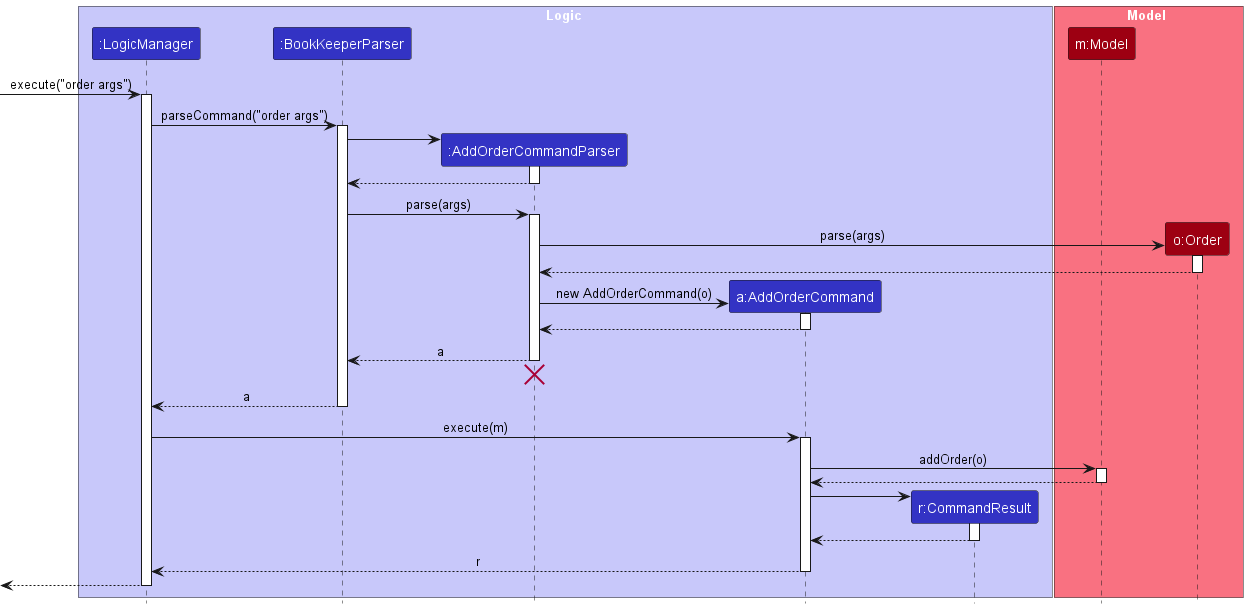
This is docs/images/AddOrderSequenceDiagram.png from rertyy/tp, a PlantUML export, as it was before one commit. Its diagram source:
```plantuml
@startuml
!include style.puml
skinparam ArrowFontStyle plain

box Logic LOGIC_COLOR_T1
participant ":LogicManager" as LogicManager LOGIC_COLOR
participant ":BookKeeperParser" as BookKeeperParser LOGIC_COLOR
participant ":AddOrderCommandParser" as AddOrderCommandParser LOGIC_COLOR
participant "a:AddOrderCommand" as AddOrderCommand LOGIC_COLOR
participant "r:CommandResult" as CommandResult LOGIC_COLOR
end box

box Model MODEL_COLOR_T1
participant "m:Model" as Model MODEL_COLOR
participant "o:Order" as Order MODEL_COLOR
end box

[-> LogicManager : execute("order args")
activate LogicManager

LogicManager -> BookKeeperParser : parseCommand("order args")
activate BookKeeperParser

create AddOrderCommandParser
BookKeeperParser -> AddOrderCommandParser
activate AddOrderCommandParser

AddOrderCommandParser --> BookKeeperParser
deactivate AddOrderCommandParser

BookKeeperParser -> AddOrderCommandParser : parse(args)
activate AddOrderCommandParser

create Order
AddOrderCommandParser -> Order : parse(args)
activate Order
Order --> AddOrderCommandParser
deactivate Order

create AddOrderCommand
AddOrderCommandParser -> AddOrderCommand : new AddOrderCommand(o)
activate AddOrderCommand

AddOrderCommand --> AddOrderCommandParser :
deactivate AddOrderCommand

AddOrderCommandParser --> BookKeeperParser : a
deactivate AddOrderCommandParser
AddOrderCommandParser -[hidden]-> BookKeeperParser
destroy AddOrderCommandParser

BookKeeperParser --> LogicManager : a
deactivate BookKeeperParser

LogicManager -> AddOrderCommand : execute(m)
activate AddOrderCommand

AddOrderCommand -> Model : addOrder(o)
activate Model

Model --> AddOrderCommand
deactivate Model

create CommandResult
AddOrderCommand -> CommandResult
activate CommandResult

CommandResult --> AddOrderCommand
deactivate CommandResult

AddOrderCommand --> LogicManager : r
deactivate AddOrderCommand

[<--LogicManager
deactivate LogicManager
@enduml
```
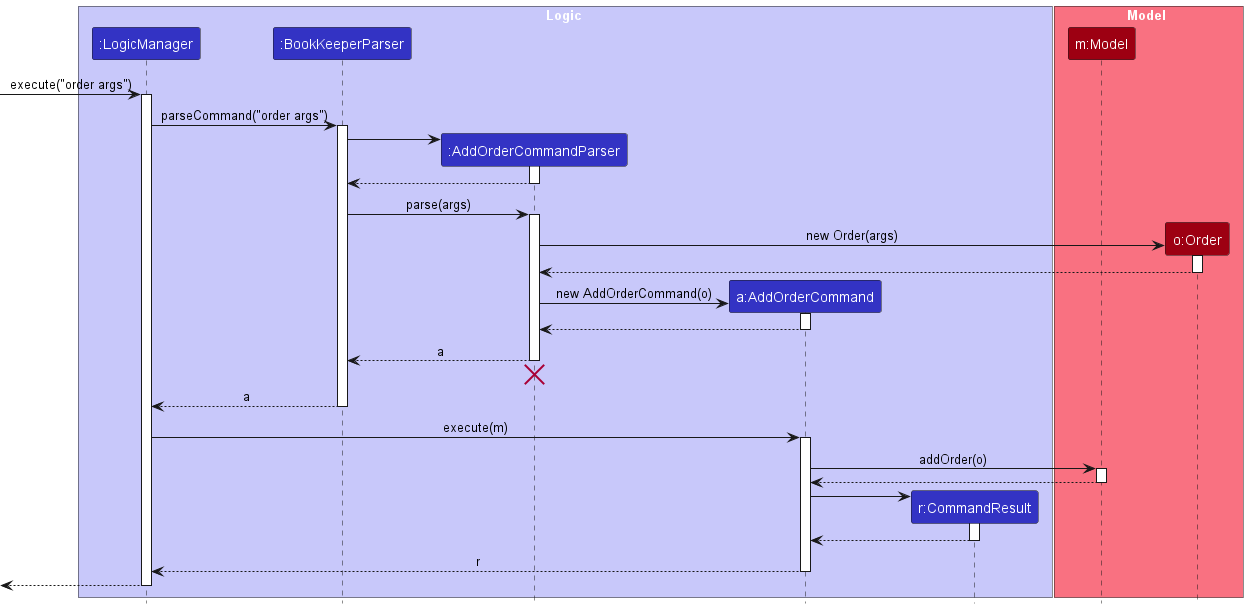
The same file after the commit.

What changed in the source:
```diff
@@ -32,7 +32,7 @@
 activate AddOrderCommandParser
 
 create Order
-AddOrderCommandParser -> Order : parse(args)
+AddOrderCommandParser -> Order : new Order(args)
 activate Order
 Order --> AddOrderCommandParser
 deactivate Order
```
